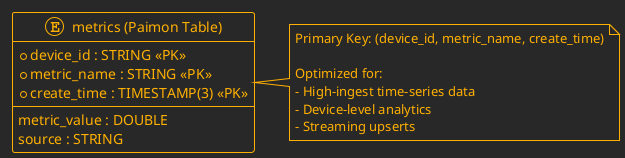
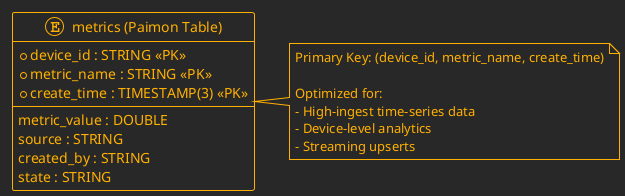
- @startuml
+ @startuml metrics-datamodel
!theme crt-amber

entity "metrics (Paimon Table)" as metrics {
  + device_id : STRING <<PK>>
  + metric_name : STRING <<PK>>
  + create_time : TIMESTAMP(3) <<PK>>
  --
  metric_value : DOUBLE
  source : STRING
+   created_by : STRING
+   state : STRING
}

note right of metrics
Primary Key: (device_id, metric_name, create_time)

Optimized for:
- High-ingest time-series data
- Device-level analytics
- Streaming upserts
end note

@enduml